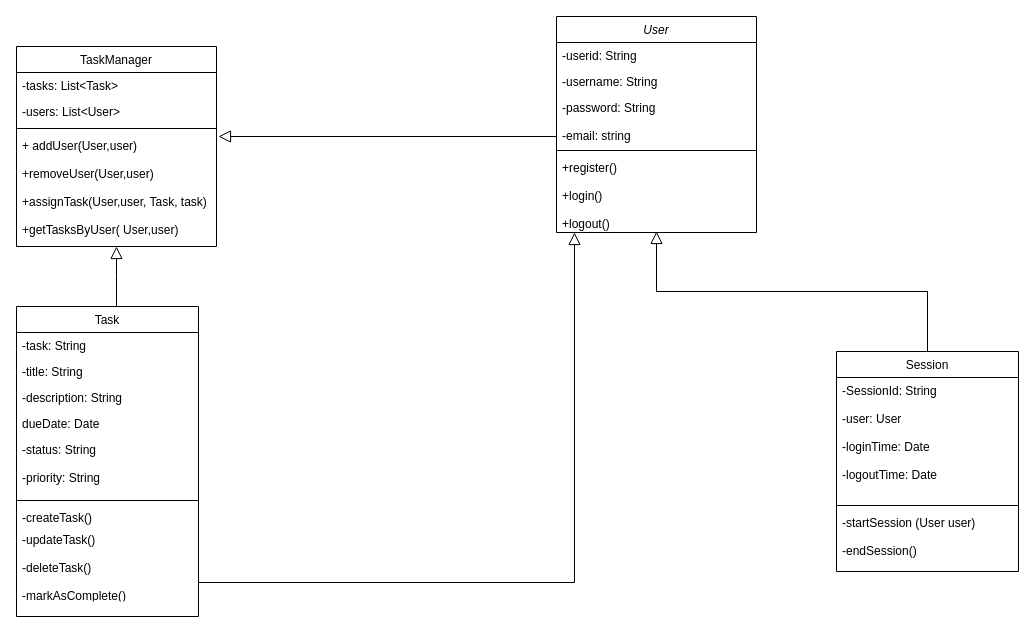
Earlier version of the draw.io diagram Task Manager-Class.drawio (Giresse097/Giresse097). Source tidied: cells renumbered, new cells numbered last; positions are measured from the earlier drawing's top-left corner, leaving out a move shared by most shapes. Both pictures are drawn from the tidied source at 100%, with x=0, y=0 at pixel (16, 16).
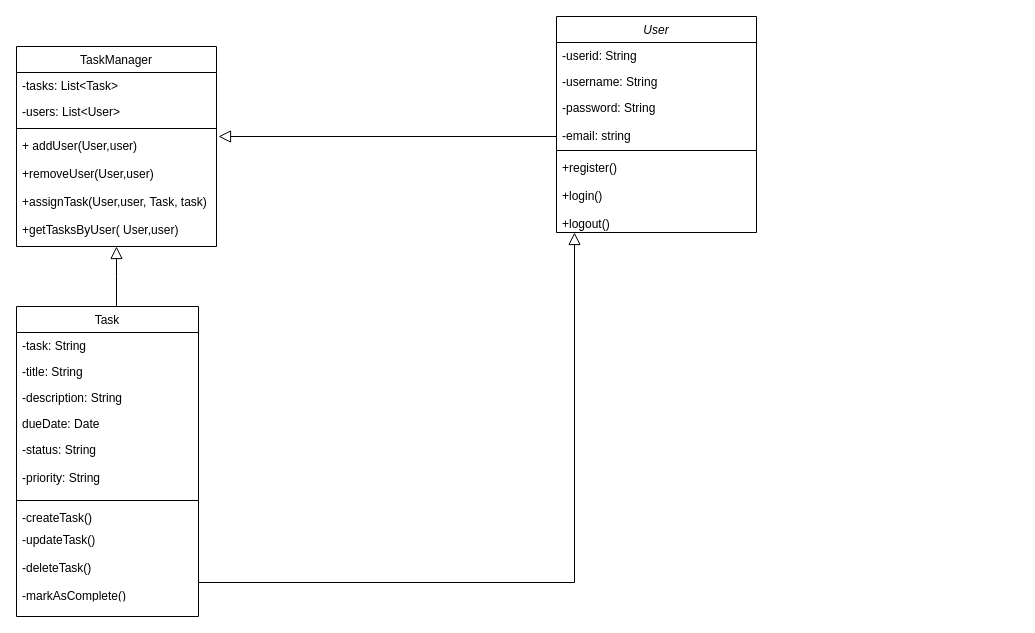
After the change.

The change refers to these unchanged cells:
```xml
<mxCell id="7" value="+register()&#10;&#10;+login()&#10;&#10;+logout()" style="text;align=left;verticalAlign=top;spacingLeft=4;spacingRight=4;overflow=hidden;points=[[0,0.5],[1,0.5]];portConstraint=eastwest;" parent="2" vertex="1">
  <mxGeometry y="138" width="200" height="72" as="geometry" />
</mxCell>
```

Diff of the diagram source:
```diff
@@
-    <mxCell id="14" style="endArrow=block;endSize=10;endFill=0;shadow=0;strokeWidth=1;rounded=0;curved=0;edgeStyle=elbowEdgeStyle;elbow=vertical;entryX=0.5;entryY=1.069;entryDx=0;entryDy=0;entryPerimeter=0;" parent="1" edge="1" source="24" target="7">
-      <mxGeometry relative="1" as="geometry" />
-    </mxCell>
@@
-    <mxCell id="24" value="Session" style="swimlane;fontStyle=0;align=center;verticalAlign=top;horizontal=1;startSize=26;rounded=0;shadow=0;strokeWidth=1;" parent="1" vertex="1">
-      <mxGeometry x="820" y="335" width="182" height="220" as="geometry" />
-    </mxCell>
-    <mxCell id="25" value="-SessionId: String&#10;&#10;-user: User&#10;&#10;-loginTime: Date&#10;&#10;-logoutTime: Date" style="text;align=left;verticalAlign=top;spacingLeft=4;spacingRight=4;overflow=hidden;" parent="24" vertex="1">
-      <mxGeometry y="26" width="182" height="124" as="geometry" />
-    </mxCell>
-    <mxCell id="26" style="line;html=1;strokeWidth=1;align=left;verticalAlign=middle;spacingTop=-1;spacingLeft=3;spacingRight=3;labelPosition=right;" parent="24" vertex="1">
-      <mxGeometry y="150" width="182" height="8" as="geometry" />
-    </mxCell>
-    <mxCell id="27" value="-startSession (User user)&#10;&#10;-endSession()" style="text;align=left;verticalAlign=top;spacingLeft=4;spacingRight=4;overflow=hidden;" parent="24" vertex="1">
-      <mxGeometry y="158" width="182" as="geometry" />
-    </mxCell>
```
